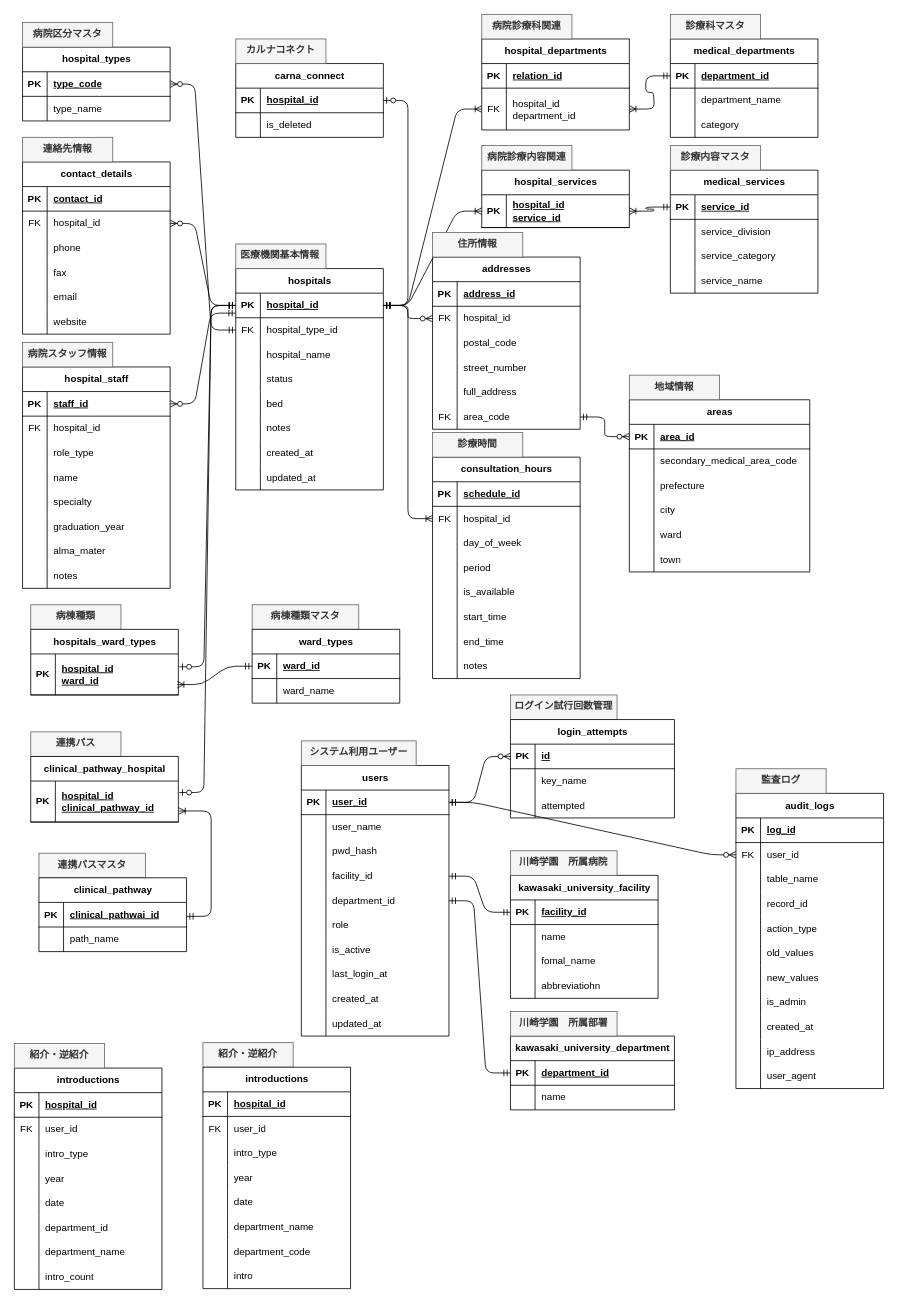
Above: rebuild/資料/新医療機関システム/仕様書等/DB/E-R/er.drawio in w3422008/update_DB (draw.io), before the change. Source tidied: cells renumbered, new cells numbered last; positions are measured from the earlier drawing's top-left corner, leaving out a move shared by most shapes. Both pictures are drawn from the tidied source at 82%, with x=0, y=0 at pixel (14, 14).
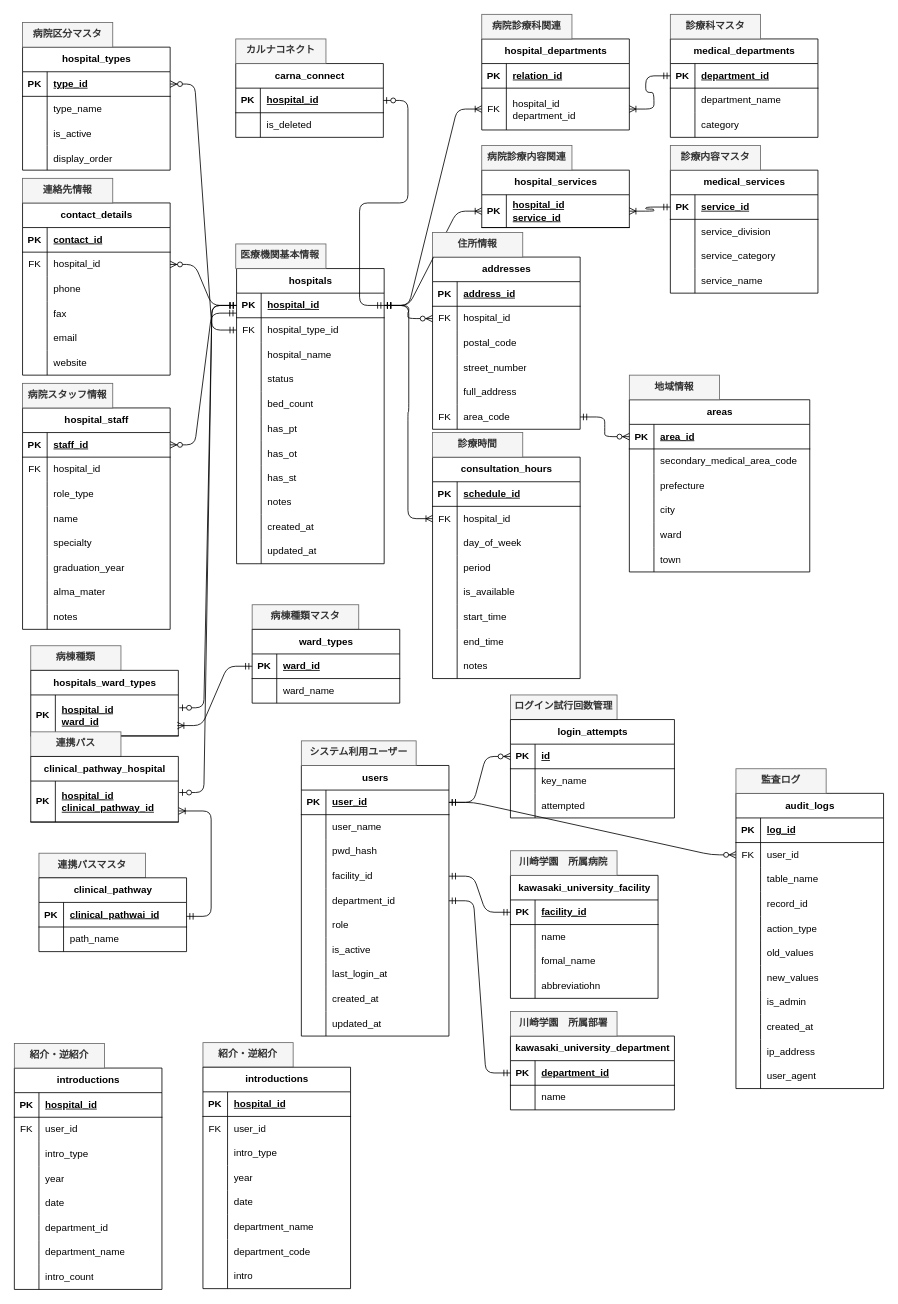
The same page after the edit.

Unchanged cells that the change refers to:
```xml
<mxCell id="15" style="shape=tableRow;horizontal=0;startSize=0;swimlaneHead=0;swimlaneBody=0;fillColor=none;top=0;left=0;right=0;bottom=0;" parent="2" vertex="1">
  <mxGeometry y="150" width="180" height="30" as="geometry" />
</mxCell>
<mxCell id="28" style="shape=tableRow;horizontal=0;startSize=0;swimlaneHead=0;swimlaneBody=0;fillColor=none;points=[[0,0.5],[1,0.5]];portConstraint=eastwest;top=0;left=0;right=0;bottom=1;" parent="27" vertex="1">
  <mxGeometry y="30" width="180" height="30" as="geometry" />
</mxCell>
```

Diff of the diagram source:
```diff
@@
     <mxCell id="2" value="hospitals" style="shape=table;startSize=30;childLayout=tableLayout;rowLines=0;fontStyle=1;align=center;html=1;" parent="1" vertex="1">
-      <mxGeometry x="270" y="310" width="180" height="270" as="geometry" />
+      <mxGeometry x="271" y="310" width="180" height="360" as="geometry" />
     </mxCell>
@@
-    <mxCell id="17" value="bed" style="shape=partialRectangle;fillColor=none;top=0;left=0;bottom=0;right=0;align=left;spacingLeft=6;overflow=hidden;whiteSpace=wrap;html=1;" parent="15" vertex="1">
+    <mxCell id="17" value="bed_count" style="shape=partialRectangle;fillColor=none;top=0;left=0;bottom=0;right=0;align=left;spacingLeft=6;overflow=hidden;whiteSpace=wrap;html=1;" parent="15" vertex="1">
       <mxGeometry x="30" width="150" height="30" as="geometry" />
     </mxCell>
+    <mxCell id="391" style="shape=tableRow;horizontal=0;startSize=0;swimlaneHead=0;swimlaneBody=0;fillColor=none;top=0;left=0;right=0;bottom=0;" parent="2" vertex="1">
+      <mxGeometry y="180" width="180" height="30" as="geometry" />
+    </mxCell>
+    <mxCell id="392" style="shape=partialRectangle;fillColor=none;top=0;left=0;bottom=0;right=0;overflow=hidden;" parent="391" vertex="1">
+      <mxGeometry width="30" height="30" as="geometry" />
+    </mxCell>
+    <mxCell id="393" value="has_pt" style="shape=partialRectangle;fillColor=none;top=0;left=0;bottom=0;right=0;align=left;spacingLeft=6;overflow=hidden;" parent="391" vertex="1">
+      <mxGeometry x="30" width="150" height="30" as="geometry" />
+    </mxCell>
+    <mxCell id="394" style="shape=tableRow;horizontal=0;startSize=0;swimlaneHead=0;swimlaneBody=0;fillColor=none;top=0;left=0;right=0;bottom=0;" parent="2" vertex="1">
+      <mxGeometry y="210" width="180" height="30" as="geometry" />
+    </mxCell>
+    <mxCell id="395" style="shape=partialRectangle;fillColor=none;top=0;left=0;bottom=0;right=0;overflow=hidden;" parent="394" vertex="1">
+      <mxGeometry width="30" height="30" as="geometry" />
+    </mxCell>
+    <mxCell id="396" value="has_ot" style="shape=partialRectangle;fillColor=none;top=0;left=0;bottom=0;right=0;align=left;spacingLeft=6;overflow=hidden;" parent="394" vertex="1">
+      <mxGeometry x="30" width="150" height="30" as="geometry" />
+    </mxCell>
+    <mxCell id="397" style="shape=tableRow;horizontal=0;startSize=0;swimlaneHead=0;swimlaneBody=0;fillColor=none;top=0;left=0;right=0;bottom=0;" parent="2" vertex="1">
+      <mxGeometry y="240" width="180" height="30" as="geometry" />
+    </mxCell>
+    <mxCell id="398" style="shape=partialRectangle;fillColor=none;top=0;left=0;bottom=0;right=0;overflow=hidden;" parent="397" vertex="1">
+      <mxGeometry width="30" height="30" as="geometry" />
+    </mxCell>
+    <mxCell id="399" value="has_st" style="shape=partialRectangle;fillColor=none;top=0;left=0;bottom=0;right=0;align=left;spacingLeft=6;overflow=hidden;" parent="397" vertex="1">
+      <mxGeometry x="30" width="150" height="30" as="geometry" />
+    </mxCell>
     <mxCell id="18" style="shape=tableRow;horizontal=0;startSize=0;swimlaneHead=0;swimlaneBody=0;fillColor=none;top=0;left=0;right=0;bottom=0;" parent="2" vertex="1">
-      <mxGeometry y="180" width="180" height="30" as="geometry" />
+      <mxGeometry y="270" width="180" height="30" as="geometry" />
     </mxCell>
@@
     <mxCell id="21" style="shape=tableRow;horizontal=0;startSize=0;swimlaneHead=0;swimlaneBody=0;fillColor=none;top=0;left=0;right=0;bottom=0;" parent="2" vertex="1">
-      <mxGeometry y="210" width="180" height="30" as="geometry" />
+      <mxGeometry y="300" width="180" height="30" as="geometry" />
     </mxCell>
@@
     <mxCell id="24" style="shape=tableRow;horizontal=0;startSize=0;swimlaneHead=0;swimlaneBody=0;fillColor=none;top=0;left=0;right=0;bottom=0;" parent="2" vertex="1">
-      <mxGeometry y="240" width="180" height="30" as="geometry" />
+      <mxGeometry y="330" width="180" height="30" as="geometry" />
     </mxCell>
@@
     <mxCell id="27" value="hospital_types" style="shape=table;startSize=30;childLayout=tableLayout;rowLines=0;fontStyle=1;align=center;html=1;" parent="1" vertex="1">
-      <mxGeometry x="10" y="40" width="180" height="90" as="geometry" />
+      <mxGeometry x="10" y="40" width="180" height="150" as="geometry" />
     </mxCell>
@@
-    <mxCell id="30" value="type_code" style="shape=partialRectangle;fillColor=none;top=0;left=0;bottom=0;right=0;align=left;spacingLeft=6;fontStyle=5;overflow=hidden;whiteSpace=wrap;html=1;" parent="28" vertex="1">
+    <mxCell id="30" value="type_id" style="shape=partialRectangle;fillColor=none;top=0;left=0;bottom=0;right=0;align=left;spacingLeft=6;fontStyle=5;overflow=hidden;whiteSpace=wrap;html=1;" parent="28" vertex="1">
       <mxGeometry x="30" width="150" height="30" as="geometry" />
     </mxCell>
@@
+    <mxCell id="400" style="shape=tableRow;horizontal=0;startSize=0;swimlaneHead=0;swimlaneBody=0;fillColor=none;top=0;left=0;right=0;bottom=0;" parent="27" vertex="1">
+      <mxGeometry y="90" width="180" height="30" as="geometry" />
+    </mxCell>
+    <mxCell id="401" style="shape=partialRectangle;fillColor=none;top=0;left=0;bottom=0;right=0;overflow=hidden;" parent="400" vertex="1">
+      <mxGeometry width="30" height="30" as="geometry" />
+    </mxCell>
+    <mxCell id="402" value="is_active" style="shape=partialRectangle;fillColor=none;top=0;left=0;bottom=0;right=0;align=left;spacingLeft=6;overflow=hidden;" parent="400" vertex="1">
+      <mxGeometry x="30" width="150" height="30" as="geometry" />
+    </mxCell>
+    <mxCell id="403" style="shape=tableRow;horizontal=0;startSize=0;swimlaneHead=0;swimlaneBody=0;fillColor=none;top=0;left=0;right=0;bottom=0;" parent="27" vertex="1">
+      <mxGeometry y="120" width="180" height="30" as="geometry" />
+    </mxCell>
+    <mxCell id="404" style="shape=partialRectangle;fillColor=none;top=0;left=0;bottom=0;right=0;overflow=hidden;" parent="403" vertex="1">
+      <mxGeometry width="30" height="30" as="geometry" />
+    </mxCell>
+    <mxCell id="405" value="display_order" style="shape=partialRectangle;fillColor=none;top=0;left=0;bottom=0;right=0;align=left;spacingLeft=6;overflow=hidden;" parent="403" vertex="1">
+      <mxGeometry x="30" width="150" height="30" as="geometry" />
+    </mxCell>
@@
     <mxCell id="53" value="contact_details" style="shape=table;startSize=30;childLayout=tableLayout;rowLines=0;fontStyle=1;align=center;html=1;" parent="1" vertex="1">
-      <mxGeometry x="10" y="180" width="180" height="210" as="geometry" />
+      <mxGeometry x="10" y="230" width="180" height="210" as="geometry" />
     </mxCell>
@@
     <mxCell id="72" value="hospital_staff" style="shape=table;startSize=30;childLayout=tableLayout;rowLines=0;fontStyle=1;align=center;html=1;" parent="1" vertex="1">
-      <mxGeometry x="10" y="430" width="180" height="270" as="geometry" />
+      <mxGeometry x="10" y="480" width="180" height="270" as="geometry" />
     </mxCell>
@@
     <mxCell id="279" value="連絡先情報" style="text;strokeColor=#666666;fillColor=#f5f5f5;spacingLeft=4;spacingRight=4;overflow=hidden;fontSize=12;whiteSpace=wrap;html=1;fontStyle=1;fontColor=#333333;align=center;" parent="1" vertex="1">
-      <mxGeometry x="10" y="150" width="110" height="30" as="geometry" />
+      <mxGeometry x="10" y="200" width="110" height="30" as="geometry" />
     </mxCell>
     <mxCell id="280" value="病院スタッフ情報" style="text;strokeColor=#666666;fillColor=#f5f5f5;spacingLeft=4;spacingRight=4;overflow=hidden;fontSize=12;whiteSpace=wrap;html=1;fontStyle=1;fontColor=#333333;align=center;" parent="1" vertex="1">
-      <mxGeometry x="10" y="400" width="110" height="30" as="geometry" />
+      <mxGeometry x="10" y="450" width="110" height="30" as="geometry" />
     </mxCell>
@@
     <mxCell id="359" value="病棟種類" style="text;strokeColor=#666666;fillColor=#f5f5f5;spacingLeft=4;spacingRight=4;overflow=hidden;fontSize=12;whiteSpace=wrap;html=1;fontStyle=1;fontColor=#333333;align=center;" parent="1" vertex="1">
-      <mxGeometry x="20" y="720" width="110" height="30" as="geometry" />
+      <mxGeometry x="20" y="770" width="110" height="30" as="geometry" />
     </mxCell>
     <mxCell id="360" value="hospitals_ward_types" style="shape=table;startSize=30;childLayout=tableLayout;rowLines=0;fontStyle=1;align=center;html=1;" parent="1" vertex="1">
-      <mxGeometry x="20" y="750" width="180" height="80" as="geometry" />
+      <mxGeometry x="20" y="800" width="180" height="80" as="geometry" />
     </mxCell>
```
